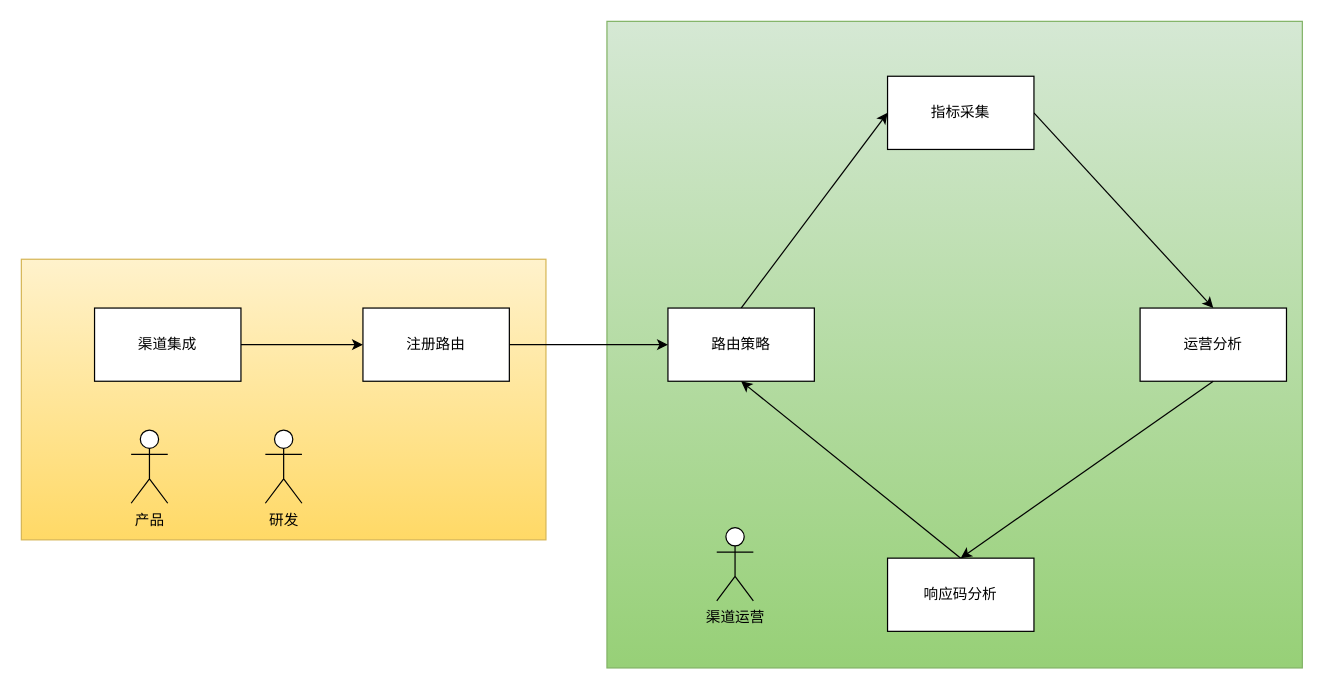
catface996/images keeps this draw.io diagram as channel operation.drawio. Above is the earlier version. Source tidied: cells renumbered, new cells numbered last; positions are measured from the earlier drawing's top-left corner, leaving out a move shared by most shapes. Both pictures are drawn from the tidied source at 122%, with x=0, y=0 at pixel (21, 21).
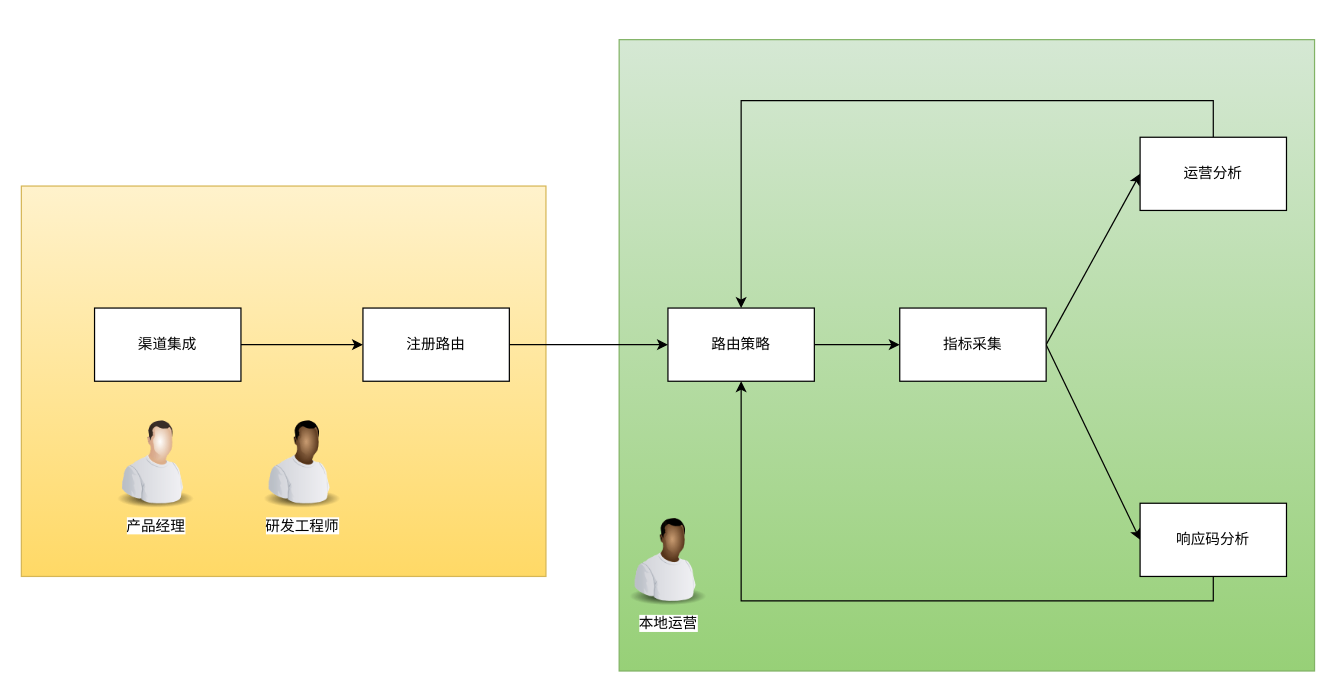
After the change.

Unchanged cells that the change refers to:
```xml
<mxCell id="7" value="路由策略" style="rounded=0;whiteSpace=wrap;html=1;" parent="1" vertex="1">
  <mxGeometry x="530" y="235" width="120" height="60" as="geometry" />
</mxCell>
```

Change to the diagram source:
```diff
@@
     <mxCell id="2" style="rounded=0;whiteSpace=wrap;html=1;fillColor=#d5e8d4;strokeColor=#82b366;gradientColor=#97d077;" parent="1" vertex="1">
-      <mxGeometry x="480" width="570" height="530" as="geometry" />
+      <mxGeometry x="490" y="15" width="570" height="517.5" as="geometry" />
     </mxCell>
     <mxCell id="3" style="rounded=0;whiteSpace=wrap;html=1;fillColor=#fff2cc;gradientColor=#ffd966;strokeColor=#d6b656;" parent="1" vertex="1">
-      <mxGeometry y="195" width="430" height="230" as="geometry" />
+      <mxGeometry y="135" width="430" height="320" as="geometry" />
     </mxCell>
@@
-    <mxCell id="6" style="rounded=0;jettySize=auto;html=1;entryX=0;entryY=0.5;entryDx=0;entryDy=0;exitX=0.5;exitY=0;exitDx=0;exitDy=0;" parent="1" edge="1" source="7" target="9">
+    <mxCell id="6" style="edgeStyle=orthogonalEdgeStyle;rounded=0;jettySize=auto;html=1;entryX=0;entryY=0.5;entryDx=0;entryDy=0;" parent="1" edge="1" source="7" target="9">
       <mxGeometry relative="1" as="geometry" />
     </mxCell>
@@
-    <mxCell id="8" style="rounded=0;jettySize=auto;html=1;entryX=0.5;entryY=0;entryDx=0;entryDy=0;exitX=1;exitY=0.5;exitDx=0;exitDy=0;" parent="1" edge="1" source="9" target="10">
+    <mxCell id="8" style="rounded=0;jettySize=auto;html=1;entryX=0;entryY=0.5;entryDx=0;entryDy=0;exitX=1;exitY=0.5;exitDx=0;exitDy=0;" parent="1" edge="1" source="9" target="10">
       <mxGeometry relative="1" as="geometry" />
     </mxCell>
+    <mxCell id="19" style="rounded=0;jettySize=auto;html=1;entryX=0;entryY=0.5;entryDx=0;entryDy=0;exitX=1;exitY=0.5;exitDx=0;exitDy=0;" parent="1" edge="1" source="9" target="12">
+      <mxGeometry relative="1" as="geometry" />
+    </mxCell>
     <mxCell id="9" value="指标采集" style="rounded=0;whiteSpace=wrap;html=1;" parent="1" vertex="1">
-      <mxGeometry x="710" y="45" width="120" height="60" as="geometry" />
+      <mxGeometry x="720" y="235" width="120" height="60" as="geometry" />
     </mxCell>
+    <mxCell id="20" style="edgeStyle=orthogonalEdgeStyle;rounded=0;jettySize=auto;html=1;entryX=0.5;entryY=0;entryDx=0;entryDy=0;exitX=0.5;exitY=0;exitDx=0;exitDy=0;" parent="1" edge="1" source="10" target="7">
+      <mxGeometry relative="1" as="geometry">
+        <Array as="points">
+          <mxPoint x="977" y="65" />
+          <mxPoint x="590" y="65" />
+        </Array>
+      </mxGeometry>
+    </mxCell>
     <mxCell id="10" value="运营分析" style="rounded=0;whiteSpace=wrap;html=1;" parent="1" vertex="1">
-      <mxGeometry x="917" y="235" width="120" height="60" as="geometry" />
+      <mxGeometry x="917" y="95" width="120" height="60" as="geometry" />
     </mxCell>
-    <mxCell id="11" style="rounded=0;jettySize=auto;html=1;entryX=0.5;entryY=1;entryDx=0;entryDy=0;exitX=0.5;exitY=0;exitDx=0;exitDy=0;" parent="1" edge="1" source="12" target="7">
+    <mxCell id="11" style="edgeStyle=orthogonalEdgeStyle;rounded=0;jettySize=auto;html=1;entryX=0.5;entryY=1;entryDx=0;entryDy=0;exitX=0.5;exitY=1;exitDx=0;exitDy=0;" parent="1" edge="1" source="12" target="7">
       <mxGeometry relative="1" as="geometry" />
     </mxCell>
     <mxCell id="12" value="响应码分析" style="rounded=0;whiteSpace=wrap;html=1;" parent="1" vertex="1">
-      <mxGeometry x="710" y="440" width="120" height="60" as="geometry" />
+      <mxGeometry x="917" y="395" width="120" height="60" as="geometry" />
     </mxCell>
@@
-    <mxCell id="14" style="rounded=0;jettySize=auto;html=1;entryX=0.5;entryY=0;entryDx=0;entryDy=0;exitX=0.5;exitY=1;exitDx=0;exitDy=0;" parent="1" edge="1" source="10" target="12">
-      <mxGeometry relative="1" as="geometry" />
-    </mxCell>
@@
-    <mxCell id="16" value="产品" style="shape=umlActor;verticalLabelPosition=bottom;verticalAlign=top;html=1;" parent="1" vertex="1">
-      <mxGeometry x="90" y="335" width="30" height="60" as="geometry" />
-    </mxCell>
-    <mxCell id="17" value="研发" style="shape=umlActor;verticalLabelPosition=bottom;verticalAlign=top;html=1;" parent="1" vertex="1">
-      <mxGeometry x="200" y="335" width="30" height="60" as="geometry" />
-    </mxCell>
-    <mxCell id="18" value="渠道运营" style="shape=umlActor;verticalLabelPosition=bottom;verticalAlign=top;html=1;" parent="1" vertex="1">
-      <mxGeometry x="570" y="415" width="30" height="60" as="geometry" />
-    </mxCell>
+    <mxCell id="21" value="本地运营" style="image;html=1;image=img/lib/clip_art/people/Worker_Black_128x128.png;" parent="1" vertex="1">
+      <mxGeometry x="490" y="400" width="80" height="80" as="geometry" />
+    </mxCell>
+    <mxCell id="22" value="产品经理" style="image;html=1;image=img/lib/clip_art/people/Worker_Man_128x128.png;" parent="1" vertex="1">
+      <mxGeometry x="70" y="320" width="80" height="80" as="geometry" />
+    </mxCell>
+    <mxCell id="23" value="研发工程师" style="image;html=1;image=img/lib/clip_art/people/Worker_Black_128x128.png;" parent="1" vertex="1">
+      <mxGeometry x="190" y="320" width="80" height="80" as="geometry" />
+    </mxCell>
```
